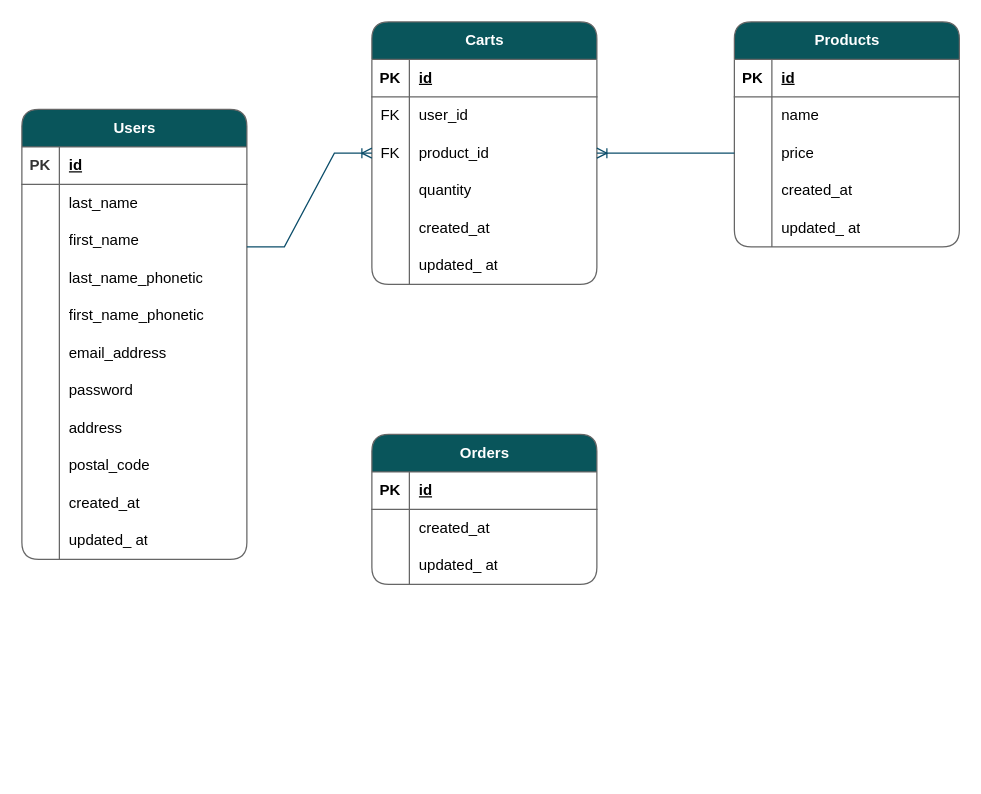
This is Web_Project_ER図.drawio from shirohacha/Web_Project, a draw.io file, before an edit. Source tidied: cells renumbered, new cells numbered last; positions are measured from the earlier drawing's top-left corner, leaving out a move shared by most shapes. Both pictures are drawn from the tidied source at 125%, with x=0, y=0 at pixel (21, 21).
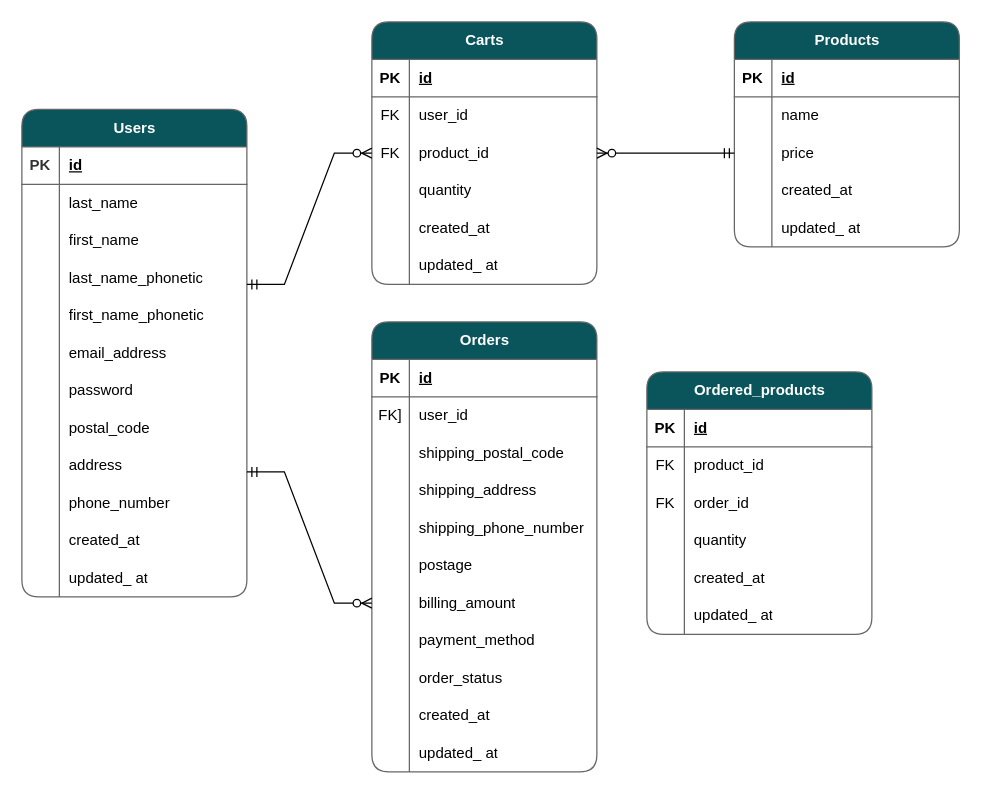
The same diagram, later.

Commit message (it also covers changes not shown here):
Web_Project_ER図.drawio を更新します

Unchanged cells that the change refers to:
```xml
<mxCell id="43" style="shape=tableRow;horizontal=0;startSize=0;swimlaneHead=0;swimlaneBody=0;fillColor=none;points=[[0,0.5],[1,0.5]];portConstraint=eastwest;top=0;left=0;right=0;bottom=0;labelBackgroundColor=none;strokeColor=#666666;fontColor=#000000;swimlaneFillColor=#FFFFFF;" parent="36" vertex="1">
  <mxGeometry y="90" width="180" height="30" as="geometry" />
</mxCell>
<mxCell id="59" style="shape=tableRow;horizontal=0;startSize=0;swimlaneHead=0;swimlaneBody=0;fillColor=none;points=[[0,0.5],[1,0.5]];portConstraint=eastwest;top=0;left=0;right=0;bottom=0;labelBackgroundColor=none;strokeColor=#666666;fontColor=#000000;swimlaneFillColor=#FFFFFF;" parent="52" vertex="1">
  <mxGeometry y="90" width="180" height="30" as="geometry" />
</mxCell>
```

Diff of the diagram source:
```diff
@@
     <mxCell id="2" value="Users" style="shape=table;startSize=30;childLayout=tableLayout;rowLines=0;fontStyle=1;align=center;html=1;rounded=1;shadow=0;swimlaneFillColor=#FFFFFF;fontSize=12;labelBackgroundColor=none;fillColor=#09555B;strokeColor=#666666;fontColor=#FFFFFF;" parent="1" vertex="1">
-      <mxGeometry y="70" width="180" height="360" as="geometry" />
+      <mxGeometry y="70" width="180" height="390" as="geometry" />
     </mxCell>
@@
+    <mxCell id="27" style="shape=tableRow;horizontal=0;startSize=0;swimlaneHead=0;swimlaneBody=0;fillColor=none;top=0;left=0;right=0;bottom=0;labelBackgroundColor=none;strokeColor=#666666;fontColor=#333333;swimlaneFillColor=#FFFFFF;" parent="2" vertex="1">
+      <mxGeometry y="240" width="180" height="30" as="geometry" />
+    </mxCell>
+    <mxCell id="28" style="shape=partialRectangle;fillColor=none;top=0;left=0;bottom=0;right=0;overflow=hidden;whiteSpace=wrap;html=1;labelBackgroundColor=none;strokeColor=#666666;fontColor=#333333;swimlaneFillColor=#FFFFFF;" parent="27" vertex="1">
+      <mxGeometry width="30" height="30" as="geometry" />
+    </mxCell>
+    <mxCell id="29" value="postal_code" style="shape=partialRectangle;fillColor=none;top=0;left=0;bottom=0;right=0;align=left;spacingLeft=6;overflow=hidden;whiteSpace=wrap;html=1;labelBackgroundColor=none;strokeColor=#666666;fontColor=#000000;swimlaneFillColor=#FFFFFF;" parent="27" vertex="1">
+      <mxGeometry x="30" width="150" height="30" as="geometry" />
+    </mxCell>
     <mxCell id="24" style="shape=tableRow;horizontal=0;startSize=0;swimlaneHead=0;swimlaneBody=0;fillColor=none;top=0;left=0;right=0;bottom=0;labelBackgroundColor=none;strokeColor=#666666;fontColor=#333333;swimlaneFillColor=#FFFFFF;" parent="2" vertex="1">
-      <mxGeometry y="240" width="180" height="30" as="geometry" />
+      <mxGeometry y="270" width="180" height="30" as="geometry" />
     </mxCell>
@@
-    <mxCell id="27" style="shape=tableRow;horizontal=0;startSize=0;swimlaneHead=0;swimlaneBody=0;fillColor=none;top=0;left=0;right=0;bottom=0;labelBackgroundColor=none;strokeColor=#666666;fontColor=#333333;swimlaneFillColor=#FFFFFF;" parent="2" vertex="1">
-      <mxGeometry y="270" width="180" height="30" as="geometry" />
-    </mxCell>
-    <mxCell id="28" style="shape=partialRectangle;fillColor=none;top=0;left=0;bottom=0;right=0;overflow=hidden;whiteSpace=wrap;html=1;labelBackgroundColor=none;strokeColor=#666666;fontColor=#333333;swimlaneFillColor=#FFFFFF;" parent="27" vertex="1">
-      <mxGeometry width="30" height="30" as="geometry" />
-    </mxCell>
-    <mxCell id="29" value="postal_code" style="shape=partialRectangle;fillColor=none;top=0;left=0;bottom=0;right=0;align=left;spacingLeft=6;overflow=hidden;whiteSpace=wrap;html=1;labelBackgroundColor=none;strokeColor=#666666;fontColor=#000000;swimlaneFillColor=#FFFFFF;" parent="27" vertex="1">
-      <mxGeometry x="30" width="150" height="30" as="geometry" />
-    </mxCell>
+    <mxCell id="83" style="shape=tableRow;horizontal=0;startSize=0;swimlaneHead=0;swimlaneBody=0;fillColor=none;top=0;left=0;right=0;bottom=0;labelBackgroundColor=none;strokeColor=#666666;fontColor=#333333;swimlaneFillColor=#FFFFFF;" parent="2" vertex="1">
+      <mxGeometry y="300" width="180" height="30" as="geometry" />
+    </mxCell>
+    <mxCell id="84" style="shape=partialRectangle;fillColor=none;top=0;left=0;bottom=0;right=0;overflow=hidden;whiteSpace=wrap;html=1;labelBackgroundColor=none;strokeColor=#666666;fontColor=#333333;swimlaneFillColor=#FFFFFF;" parent="83" vertex="1">
+      <mxGeometry width="30" height="30" as="geometry" />
+    </mxCell>
+    <mxCell id="85" value="phone_number" style="shape=partialRectangle;fillColor=none;top=0;left=0;bottom=0;right=0;align=left;spacingLeft=6;overflow=hidden;whiteSpace=wrap;html=1;labelBackgroundColor=none;strokeColor=#666666;fontColor=#000000;swimlaneFillColor=#FFFFFF;" parent="83" vertex="1">
+      <mxGeometry x="30" width="150" height="30" as="geometry" />
+    </mxCell>
     <mxCell id="30" style="shape=tableRow;horizontal=0;startSize=0;swimlaneHead=0;swimlaneBody=0;fillColor=none;top=0;left=0;right=0;bottom=0;labelBackgroundColor=none;strokeColor=#666666;fontColor=#333333;swimlaneFillColor=#FFFFFF;" parent="2" vertex="1">
-      <mxGeometry y="300" width="180" height="30" as="geometry" />
+      <mxGeometry y="330" width="180" height="30" as="geometry" />
     </mxCell>
@@
     <mxCell id="33" style="shape=tableRow;horizontal=0;startSize=0;swimlaneHead=0;swimlaneBody=0;fillColor=none;top=0;left=0;right=0;bottom=0;labelBackgroundColor=none;strokeColor=#666666;fontColor=#333333;swimlaneFillColor=#FFFFFF;" parent="2" vertex="1">
-      <mxGeometry y="330" width="180" height="30" as="geometry" />
+      <mxGeometry y="360" width="180" height="30" as="geometry" />
     </mxCell>
@@
-    <mxCell id="71" style="edgeStyle=entityRelationEdgeStyle;fontSize=12;html=1;endArrow=ERoneToMany;rounded=0;strokeColor=#0B4D6A;entryX=0;entryY=0.5;entryDx=0;entryDy=0;" parent="1" edge="1" target="59">
-      <mxGeometry relative="1" as="geometry">
-        <mxPoint x="180" y="180" as="sourcePoint" />
-      </mxGeometry>
-    </mxCell>
-    <mxCell id="72" style="edgeStyle=entityRelationEdgeStyle;fontSize=12;html=1;endArrow=ERoneToMany;rounded=0;strokeColor=#0B4D6A;exitX=0;exitY=0.5;exitDx=0;exitDy=0;entryX=1;entryY=0.5;entryDx=0;entryDy=0;" parent="1" edge="1" source="43" target="59">
-      <mxGeometry relative="1" as="geometry">
-        <Array as="points">
-          <mxPoint x="530" y="120" />
-          <mxPoint x="480" y="200" />
-          <mxPoint x="540" y="100" />
-        </Array>
-      </mxGeometry>
-    </mxCell>
     <mxCell id="73" value="Orders" style="shape=table;startSize=30;childLayout=tableLayout;rowLines=0;fontStyle=1;align=center;html=1;strokeColor=#666666;fontColor=#FFFFFF;fillColor=#09555B;rounded=1;swimlaneFillColor=default;" parent="1" vertex="1">
-      <mxGeometry x="280" y="330" width="180" height="120" as="geometry" />
+      <mxGeometry x="280" y="240" width="180" height="360" as="geometry" />
     </mxCell>
@@
+    <mxCell id="86" style="shape=tableRow;horizontal=0;startSize=0;swimlaneHead=0;swimlaneBody=0;fillColor=none;top=0;left=0;right=0;bottom=0;strokeColor=#666666;fontColor=#000000;" parent="73" vertex="1">
+      <mxGeometry y="60" width="180" height="30" as="geometry" />
+    </mxCell>
+    <mxCell id="87" value="FK]" style="shape=partialRectangle;fillColor=none;top=0;left=0;bottom=0;right=0;overflow=hidden;whiteSpace=wrap;html=1;strokeColor=#666666;fontColor=#000000;" parent="86" vertex="1">
+      <mxGeometry width="30" height="30" as="geometry" />
+    </mxCell>
+    <mxCell id="88" value="user_id" style="shape=partialRectangle;fillColor=none;top=0;left=0;bottom=0;right=0;align=left;spacingLeft=6;overflow=hidden;whiteSpace=wrap;html=1;strokeColor=#666666;fontColor=#000000;" parent="86" vertex="1">
+      <mxGeometry x="30" width="150" height="30" as="geometry" />
+    </mxCell>
+    <mxCell id="89" style="shape=tableRow;horizontal=0;startSize=0;swimlaneHead=0;swimlaneBody=0;fillColor=none;top=0;left=0;right=0;bottom=0;strokeColor=#666666;fontColor=#000000;" parent="73" vertex="1">
+      <mxGeometry y="90" width="180" height="30" as="geometry" />
+    </mxCell>
+    <mxCell id="90" style="shape=partialRectangle;fillColor=none;top=0;left=0;bottom=0;right=0;overflow=hidden;whiteSpace=wrap;html=1;strokeColor=#666666;fontColor=#000000;" parent="89" vertex="1">
+      <mxGeometry width="30" height="30" as="geometry" />
+    </mxCell>
+    <mxCell id="91" value="shipping_postal_code" style="shape=partialRectangle;fillColor=none;top=0;left=0;bottom=0;right=0;align=left;spacingLeft=6;overflow=hidden;whiteSpace=wrap;html=1;strokeColor=#666666;fontColor=#000000;" parent="89" vertex="1">
+      <mxGeometry x="30" width="150" height="30" as="geometry" />
+    </mxCell>
+    <mxCell id="92" style="shape=tableRow;horizontal=0;startSize=0;swimlaneHead=0;swimlaneBody=0;fillColor=none;top=0;left=0;right=0;bottom=0;strokeColor=#666666;fontColor=#000000;" parent="73" vertex="1">
+      <mxGeometry y="120" width="180" height="30" as="geometry" />
+    </mxCell>
+    <mxCell id="93" style="shape=partialRectangle;fillColor=none;top=0;left=0;bottom=0;right=0;overflow=hidden;whiteSpace=wrap;html=1;strokeColor=#666666;fontColor=#000000;" parent="92" vertex="1">
+      <mxGeometry width="30" height="30" as="geometry" />
+    </mxCell>
+    <mxCell id="94" value="shipping_address" style="shape=partialRectangle;fillColor=none;top=0;left=0;bottom=0;right=0;align=left;spacingLeft=6;overflow=hidden;whiteSpace=wrap;html=1;strokeColor=#666666;fontColor=#000000;" parent="92" vertex="1">
+      <mxGeometry x="30" width="150" height="30" as="geometry" />
+    </mxCell>
+    <mxCell id="95" style="shape=tableRow;horizontal=0;startSize=0;swimlaneHead=0;swimlaneBody=0;fillColor=none;top=0;left=0;right=0;bottom=0;strokeColor=#666666;fontColor=#000000;" parent="73" vertex="1">
+      <mxGeometry y="150" width="180" height="30" as="geometry" />
+    </mxCell>
+    <mxCell id="96" style="shape=partialRectangle;fillColor=none;top=0;left=0;bottom=0;right=0;overflow=hidden;whiteSpace=wrap;html=1;strokeColor=#666666;fontColor=#000000;" parent="95" vertex="1">
+      <mxGeometry width="30" height="30" as="geometry" />
+    </mxCell>
+    <mxCell id="97" value="shipping_phone_number" style="shape=partialRectangle;fillColor=none;top=0;left=0;bottom=0;right=0;align=left;spacingLeft=6;overflow=hidden;whiteSpace=wrap;html=1;strokeColor=#666666;fontColor=#000000;" parent="95" vertex="1">
+      <mxGeometry x="30" width="150" height="30" as="geometry" />
+    </mxCell>
+    <mxCell id="98" style="shape=tableRow;horizontal=0;startSize=0;swimlaneHead=0;swimlaneBody=0;fillColor=none;top=0;left=0;right=0;bottom=0;strokeColor=#666666;fontColor=#000000;" parent="73" vertex="1">
+      <mxGeometry y="180" width="180" height="30" as="geometry" />
+    </mxCell>
+    <mxCell id="99" style="shape=partialRectangle;fillColor=none;top=0;left=0;bottom=0;right=0;overflow=hidden;whiteSpace=wrap;html=1;strokeColor=#666666;fontColor=#000000;" parent="98" vertex="1">
+      <mxGeometry width="30" height="30" as="geometry" />
+    </mxCell>
+    <mxCell id="100" value="postage" style="shape=partialRectangle;fillColor=none;top=0;left=0;bottom=0;right=0;align=left;spacingLeft=6;overflow=hidden;whiteSpace=wrap;html=1;strokeColor=#666666;fontColor=#000000;" parent="98" vertex="1">
+      <mxGeometry x="30" width="150" height="30" as="geometry" />
+    </mxCell>
+    <mxCell id="101" style="shape=tableRow;horizontal=0;startSize=0;swimlaneHead=0;swimlaneBody=0;fillColor=none;points=[[0,0.5],[1,0.5]];portConstraint=eastwest;top=0;left=0;right=0;bottom=0;strokeColor=#666666;fontColor=#000000;" parent="73" vertex="1">
+      <mxGeometry y="210" width="180" height="30" as="geometry" />
+    </mxCell>
+    <mxCell id="102" style="shape=partialRectangle;fillColor=none;top=0;left=0;bottom=0;right=0;overflow=hidden;whiteSpace=wrap;html=1;strokeColor=#666666;fontColor=#000000;" parent="101" vertex="1">
+      <mxGeometry width="30" height="30" as="geometry" />
+    </mxCell>
+    <mxCell id="103" value="billing_amount" style="shape=partialRectangle;fillColor=none;top=0;left=0;bottom=0;right=0;align=left;spacingLeft=6;overflow=hidden;whiteSpace=wrap;html=1;strokeColor=#666666;fontColor=#000000;" parent="101" vertex="1">
+      <mxGeometry x="30" width="150" height="30" as="geometry" />
+    </mxCell>
+    <mxCell id="104" style="shape=tableRow;horizontal=0;startSize=0;swimlaneHead=0;swimlaneBody=0;fillColor=none;top=0;left=0;right=0;bottom=0;strokeColor=#666666;fontColor=#000000;" parent="73" vertex="1">
+      <mxGeometry y="240" width="180" height="30" as="geometry" />
+    </mxCell>
+    <mxCell id="105" style="shape=partialRectangle;fillColor=none;top=0;left=0;bottom=0;right=0;overflow=hidden;whiteSpace=wrap;html=1;strokeColor=#666666;fontColor=#000000;" parent="104" vertex="1">
+      <mxGeometry width="30" height="30" as="geometry" />
+    </mxCell>
+    <mxCell id="106" value="payment_method" style="shape=partialRectangle;fillColor=none;top=0;left=0;bottom=0;right=0;align=left;spacingLeft=6;overflow=hidden;whiteSpace=wrap;html=1;strokeColor=#666666;fontColor=#000000;" parent="104" vertex="1">
+      <mxGeometry x="30" width="150" height="30" as="geometry" />
+    </mxCell>
+    <mxCell id="107" style="shape=tableRow;horizontal=0;startSize=0;swimlaneHead=0;swimlaneBody=0;fillColor=none;top=0;left=0;right=0;bottom=0;strokeColor=#666666;fontColor=#000000;" parent="73" vertex="1">
+      <mxGeometry y="270" width="180" height="30" as="geometry" />
+    </mxCell>
+    <mxCell id="108" style="shape=partialRectangle;fillColor=none;top=0;left=0;bottom=0;right=0;overflow=hidden;whiteSpace=wrap;html=1;strokeColor=#666666;fontColor=#000000;" parent="107" vertex="1">
+      <mxGeometry width="30" height="30" as="geometry" />
+    </mxCell>
+    <mxCell id="109" value="order_status" style="shape=partialRectangle;fillColor=none;top=0;left=0;bottom=0;right=0;align=left;spacingLeft=6;overflow=hidden;whiteSpace=wrap;html=1;strokeColor=#666666;fontColor=#000000;" parent="107" vertex="1">
+      <mxGeometry x="30" width="150" height="30" as="geometry" />
+    </mxCell>
     <mxCell id="77" style="shape=tableRow;horizontal=0;startSize=0;swimlaneHead=0;swimlaneBody=0;fillColor=none;top=0;left=0;right=0;bottom=0;strokeColor=#666666;fontColor=#000000;" parent="73" vertex="1">
-      <mxGeometry y="60" width="180" height="30" as="geometry" />
+      <mxGeometry y="300" width="180" height="30" as="geometry" />
     </mxCell>
@@
     <mxCell id="80" style="shape=tableRow;horizontal=0;startSize=0;swimlaneHead=0;swimlaneBody=0;fillColor=none;top=0;left=0;right=0;bottom=0;strokeColor=#666666;fontColor=#000000;" parent="73" vertex="1">
-      <mxGeometry y="90" width="180" height="30" as="geometry" />
+      <mxGeometry y="330" width="180" height="30" as="geometry" />
     </mxCell>
@@
+    <mxCell id="110" style="edgeStyle=entityRelationEdgeStyle;fontSize=12;html=1;endArrow=ERzeroToMany;startArrow=ERmandOne;rounded=0;entryX=0;entryY=0.5;entryDx=0;entryDy=0;" parent="1" edge="1" target="59">
+      <mxGeometry relative="1" as="geometry">
+        <mxPoint x="180" y="210" as="sourcePoint" />
+        <Array as="points">
+          <mxPoint x="230" y="100" />
+        </Array>
+      </mxGeometry>
+    </mxCell>
+    <mxCell id="111" style="edgeStyle=entityRelationEdgeStyle;fontSize=12;html=1;endArrow=ERzeroToMany;startArrow=ERmandOne;rounded=0;entryX=0;entryY=0.5;entryDx=0;entryDy=0;" parent="1" edge="1" target="101">
+      <mxGeometry relative="1" as="geometry">
+        <mxPoint x="180" y="360" as="sourcePoint" />
+      </mxGeometry>
+    </mxCell>
+    <mxCell id="72" style="edgeStyle=entityRelationEdgeStyle;fontSize=12;html=1;endArrow=ERzeroToMany;startArrow=ERmandOne;rounded=0;exitX=0;exitY=0.5;exitDx=0;exitDy=0;entryX=1;entryY=0.5;entryDx=0;entryDy=0;" parent="1" edge="1" source="43" target="59">
+      <mxGeometry relative="1" as="geometry" />
+    </mxCell>
+    <mxCell id="112" value="Ordered_products" style="shape=table;startSize=30;childLayout=tableLayout;rowLines=0;fontStyle=1;align=center;html=1;swimlaneFillColor=#FFFFFF;rounded=1;labelBackgroundColor=none;fillColor=#09555B;strokeColor=#666666;fontColor=#FFFFFF;" parent="1" vertex="1">
+      <mxGeometry x="500" y="280" width="180" height="210" as="geometry" />
+    </mxCell>
+    <mxCell id="113" style="shape=tableRow;horizontal=0;startSize=0;swimlaneHead=0;swimlaneBody=0;fillColor=none;top=0;left=0;right=0;bottom=1;labelBackgroundColor=none;strokeColor=#666666;fontColor=#000000;swimlaneFillColor=#FFFFFF;" parent="112" vertex="1">
+      <mxGeometry y="30" width="180" height="30" as="geometry" />
+    </mxCell>
+    <mxCell id="114" value="PK" style="shape=partialRectangle;fillColor=none;top=0;left=0;bottom=0;right=0;fontStyle=1;overflow=hidden;whiteSpace=wrap;html=1;labelBackgroundColor=none;strokeColor=#666666;fontColor=#000000;swimlaneFillColor=#FFFFFF;" parent="113" vertex="1">
+      <mxGeometry width="30" height="30" as="geometry" />
+    </mxCell>
+    <mxCell id="115" value="id" style="shape=partialRectangle;fillColor=none;top=0;left=0;bottom=0;right=0;align=left;spacingLeft=6;fontStyle=5;overflow=hidden;whiteSpace=wrap;html=1;labelBackgroundColor=none;strokeColor=#666666;fontColor=#000000;swimlaneFillColor=#FFFFFF;" parent="113" vertex="1">
+      <mxGeometry x="30" width="150" height="30" as="geometry" />
+    </mxCell>
+    <mxCell id="116" style="shape=tableRow;horizontal=0;startSize=0;swimlaneHead=0;swimlaneBody=0;fillColor=none;top=0;left=0;right=0;bottom=0;labelBackgroundColor=none;strokeColor=#666666;fontColor=#000000;swimlaneFillColor=#FFFFFF;" parent="112" vertex="1">
+      <mxGeometry y="60" width="180" height="30" as="geometry" />
+    </mxCell>
+    <mxCell id="117" value="FK" style="shape=partialRectangle;fillColor=none;top=0;left=0;bottom=0;right=0;overflow=hidden;whiteSpace=wrap;html=1;labelBackgroundColor=none;strokeColor=#666666;fontColor=#000000;swimlaneFillColor=#FFFFFF;" parent="116" vertex="1">
+      <mxGeometry width="30" height="30" as="geometry" />
+    </mxCell>
+    <mxCell id="118" value="product_id" style="shape=partialRectangle;fillColor=none;top=0;left=0;bottom=0;right=0;align=left;spacingLeft=6;overflow=hidden;whiteSpace=wrap;html=1;strokeColor=#666666;labelBackgroundColor=none;fontColor=#000000;swimlaneFillColor=#FFFFFF;strokeWidth=1;" parent="116" vertex="1">
+      <mxGeometry x="30" width="150" height="30" as="geometry" />
+    </mxCell>
+    <mxCell id="119" style="shape=tableRow;horizontal=0;startSize=0;swimlaneHead=0;swimlaneBody=0;fillColor=none;top=0;left=0;right=0;bottom=0;labelBackgroundColor=none;strokeColor=#666666;fontColor=#000000;swimlaneFillColor=#FFFFFF;" parent="112" vertex="1">
+      <mxGeometry y="90" width="180" height="30" as="geometry" />
+    </mxCell>
+    <mxCell id="120" value="FK" style="shape=partialRectangle;fillColor=none;top=0;left=0;bottom=0;right=0;overflow=hidden;whiteSpace=wrap;html=1;labelBackgroundColor=none;strokeColor=#666666;fontColor=#000000;swimlaneFillColor=#FFFFFF;" parent="119" vertex="1">
+      <mxGeometry width="30" height="30" as="geometry" />
+    </mxCell>
+    <mxCell id="121" value="order_id" style="shape=partialRectangle;fillColor=none;top=0;left=0;bottom=0;right=0;align=left;spacingLeft=6;overflow=hidden;whiteSpace=wrap;html=1;labelBackgroundColor=none;strokeColor=#666666;fontColor=#000000;swimlaneFillColor=#FFFFFF;" parent="119" vertex="1">
+      <mxGeometry x="30" width="150" height="30" as="geometry" />
+    </mxCell>
+    <mxCell id="122" style="shape=tableRow;horizontal=0;startSize=0;swimlaneHead=0;swimlaneBody=0;fillColor=none;top=0;left=0;right=0;bottom=0;labelBackgroundColor=none;strokeColor=#666666;fontColor=#000000;swimlaneFillColor=#FFFFFF;" parent="112" vertex="1">
+      <mxGeometry y="120" width="180" height="30" as="geometry" />
+    </mxCell>
+    <mxCell id="123" style="shape=partialRectangle;fillColor=none;top=0;left=0;bottom=0;right=0;overflow=hidden;whiteSpace=wrap;html=1;labelBackgroundColor=none;strokeColor=#666666;fontColor=#000000;swimlaneFillColor=#FFFFFF;" parent="122" vertex="1">
+      <mxGeometry width="30" height="30" as="geometry" />
+    </mxCell>
+    <mxCell id="124" value="quantity" style="shape=partialRectangle;fillColor=none;top=0;left=0;bottom=0;right=0;align=left;spacingLeft=6;overflow=hidden;whiteSpace=wrap;html=1;strokeColor=#666666;labelBackgroundColor=none;fontColor=#000000;swimlaneFillColor=#FFFFFF;strokeWidth=1;" parent="122" vertex="1">
+      <mxGeometry x="30" width="150" height="30" as="geometry" />
+    </mxCell>
+    <mxCell id="125" style="shape=tableRow;horizontal=0;startSize=0;swimlaneHead=0;swimlaneBody=0;fillColor=none;top=0;left=0;right=0;bottom=0;labelBackgroundColor=none;strokeColor=#666666;fontColor=#000000;swimlaneFillColor=#FFFFFF;" parent="112" vertex="1">
+      <mxGeometry y="150" width="180" height="30" as="geometry" />
+    </mxCell>
+    <mxCell id="126" style="shape=partialRectangle;fillColor=none;top=0;left=0;bottom=0;right=0;overflow=hidden;whiteSpace=wrap;html=1;labelBackgroundColor=none;strokeColor=#666666;fontColor=#000000;swimlaneFillColor=#FFFFFF;" parent="125" vertex="1">
+      <mxGeometry width="30" height="30" as="geometry" />
+    </mxCell>
+    <mxCell id="127" value="created_at" style="shape=partialRectangle;fillColor=none;top=0;left=0;bottom=0;right=0;align=left;spacingLeft=6;overflow=hidden;whiteSpace=wrap;html=1;labelBackgroundColor=none;strokeColor=#666666;fontColor=#000000;swimlaneFillColor=#FFFFFF;" parent="125" vertex="1">
+      <mxGeometry x="30" width="150" height="30" as="geometry" />
+    </mxCell>
+    <mxCell id="128" style="shape=tableRow;horizontal=0;startSize=0;swimlaneHead=0;swimlaneBody=0;fillColor=none;top=0;left=0;right=0;bottom=0;labelBackgroundColor=none;strokeColor=#666666;fontColor=#000000;swimlaneFillColor=#FFFFFF;" parent="112" vertex="1">
+      <mxGeometry y="180" width="180" height="30" as="geometry" />
+    </mxCell>
+    <mxCell id="129" style="shape=partialRectangle;fillColor=none;top=0;left=0;bottom=0;right=0;overflow=hidden;whiteSpace=wrap;html=1;labelBackgroundColor=none;strokeColor=#666666;fontColor=#000000;swimlaneFillColor=#FFFFFF;" parent="128" vertex="1">
+      <mxGeometry width="30" height="30" as="geometry" />
+    </mxCell>
+    <mxCell id="130" value="updated_ at" style="shape=partialRectangle;fillColor=none;top=0;left=0;bottom=0;right=0;align=left;spacingLeft=6;overflow=hidden;whiteSpace=wrap;html=1;labelBackgroundColor=none;strokeColor=#666666;fontColor=#000000;swimlaneFillColor=#FFFFFF;" parent="128" vertex="1">
+      <mxGeometry x="30" width="150" height="30" as="geometry" />
+    </mxCell>
```
